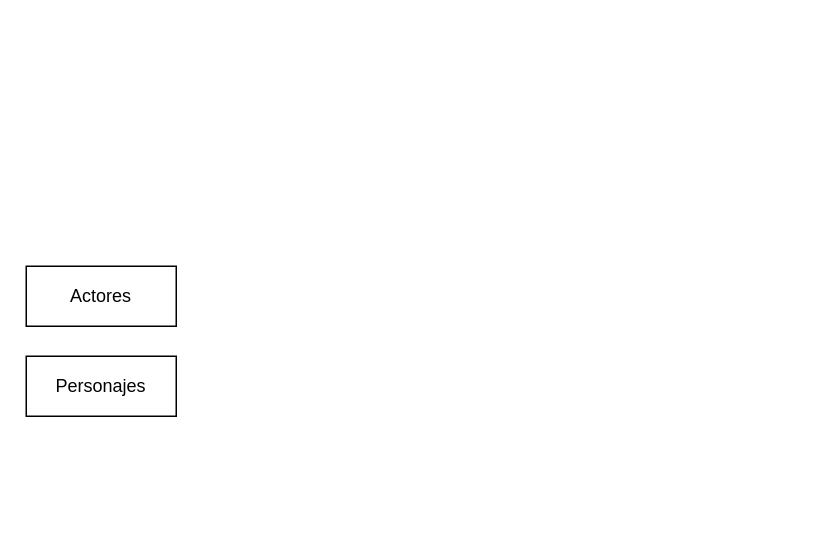
The draw.io diagram Unidad1/Tareas/Tarea evaluada3/Untitled Diagram.drawio in JVC0/Base-Datos, before the edit. Source tidied: cells renumbered, new cells numbered last; positions are measured from the earlier drawing's top-left corner, leaving out a move shared by most shapes. Both pictures are drawn from the tidied source at 150%, with x=0, y=0 at pixel (26, 266).
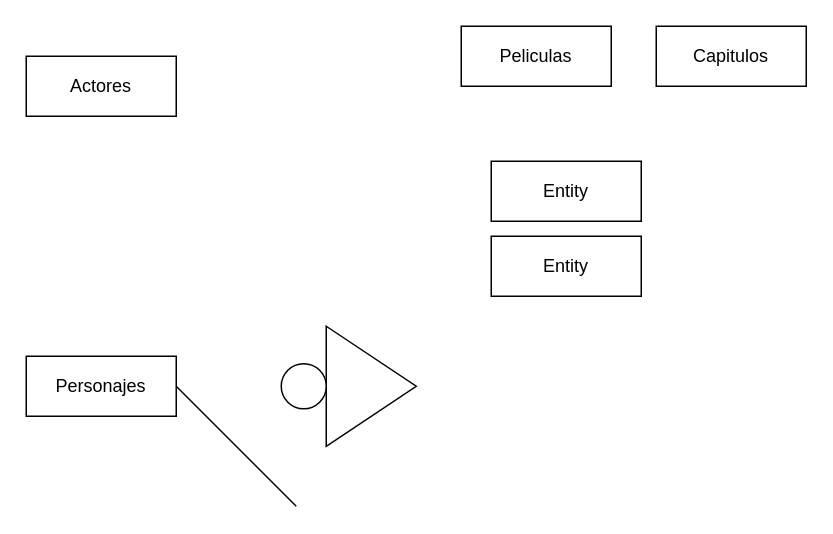
Above is the later version.

What changed in the source:
```diff
@@
 <mxGraphModel>
   <root>
     <mxCell id="0" />
     <mxCell id="1" parent="0" />
     <mxCell id="2" value="Personajes" style="whiteSpace=wrap;html=1;align=center;" parent="1" vertex="1">
       <mxGeometry y="60" width="100" height="40" as="geometry" />
     </mxCell>
     <mxCell id="3" value="Actores" style="whiteSpace=wrap;html=1;align=center;" parent="1" vertex="1">
-      <mxGeometry width="100" height="40" as="geometry" />
+      <mxGeometry y="-140" width="100" height="40" as="geometry" />
     </mxCell>
+    <mxCell id="4" value="Capitulos" style="whiteSpace=wrap;html=1;align=center;" parent="1" vertex="1">
+      <mxGeometry x="420" y="-160" width="100" height="40" as="geometry" />
+    </mxCell>
+    <mxCell id="5" value="Peliculas" style="whiteSpace=wrap;html=1;align=center;" parent="1" vertex="1">
+      <mxGeometry x="290" y="-160" width="100" height="40" as="geometry" />
+    </mxCell>
+    <mxCell id="6" style="triangle;whiteSpace=wrap;html=1;" parent="1" vertex="1">
+      <mxGeometry x="200" y="40" width="60" height="80" as="geometry" />
+    </mxCell>
+    <mxCell id="7" style="ellipse;whiteSpace=wrap;html=1;" parent="1" vertex="1">
+      <mxGeometry x="170" y="65" width="30" height="30" as="geometry" />
+    </mxCell>
+    <mxCell id="8" style="endArrow=none;html=1;rounded=0;entryX=1;entryY=0.5;entryDx=0;entryDy=0;" parent="1" edge="1" target="2">
+      <mxGeometry relative="1" as="geometry">
+        <mxPoint x="180" y="160" as="sourcePoint" />
+      </mxGeometry>
+    </mxCell>
+    <mxCell id="9" value="Entity" style="whiteSpace=wrap;html=1;align=center;" parent="1" vertex="1">
+      <mxGeometry x="310" y="-70" width="100" height="40" as="geometry" />
+    </mxCell>
+    <mxCell id="10" value="Entity" style="whiteSpace=wrap;html=1;align=center;" parent="1" vertex="1">
+      <mxGeometry x="310" y="-20" width="100" height="40" as="geometry" />
+    </mxCell>
   </root>
 </mxGraphModel>
```
